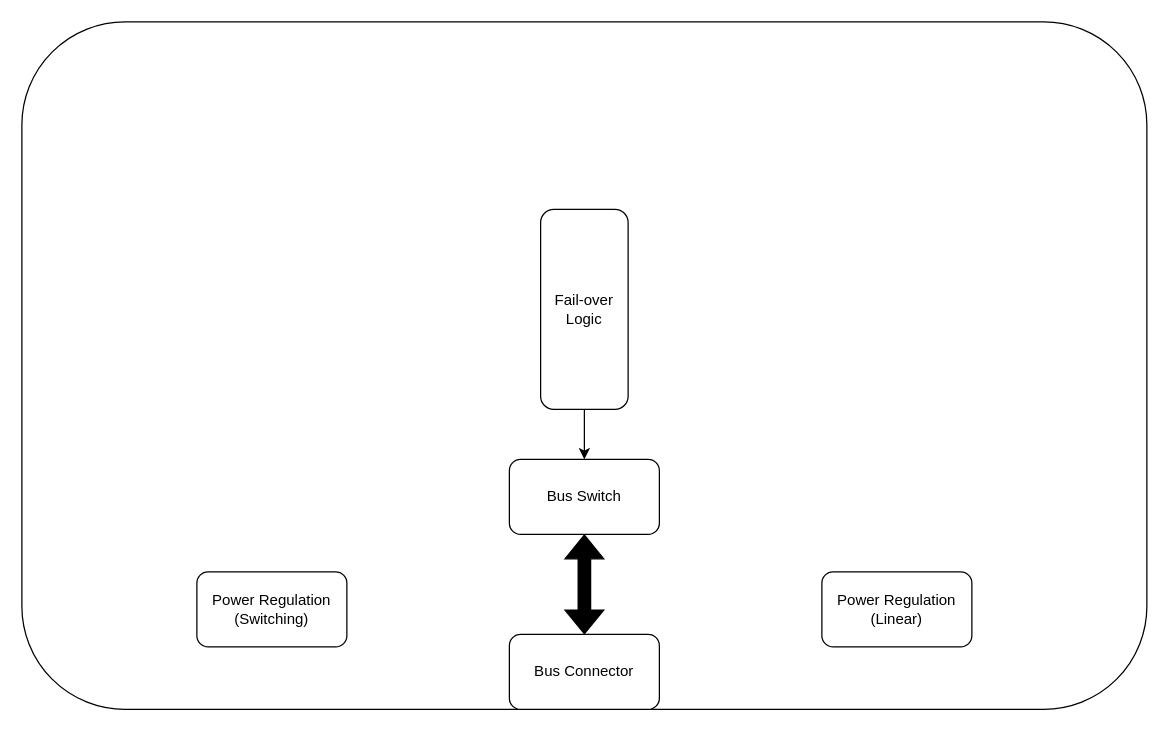
Above: rt-ihu-block-diagram.drawio in zmetzing/rt-ihu (draw.io), before the change. Source tidied: cells renumbered, new cells numbered last; positions are measured from the earlier drawing's top-left corner, leaving out a move shared by most shapes. Both pictures are drawn from the tidied source at 125%, with x=0, y=0 at pixel (21, 21).
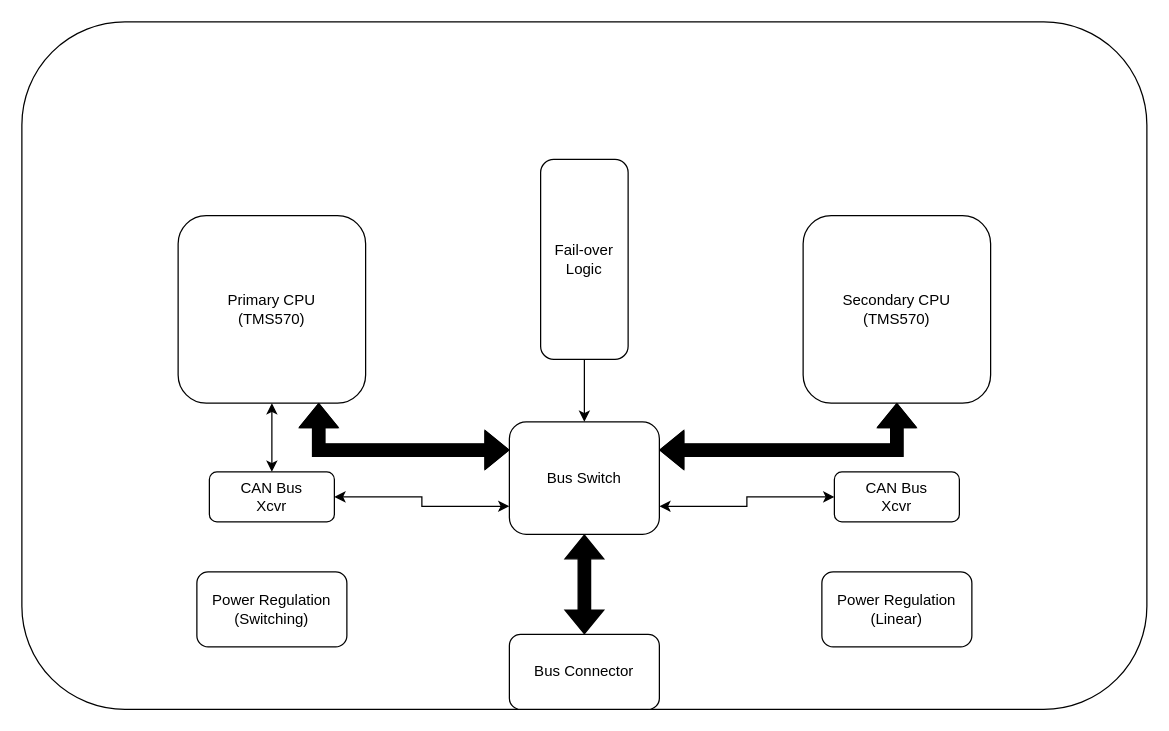
Above is the later version.

The edit, as a diff of the source:
```diff
@@
     <mxCell id="7" value="Fail-over Logic" style="rounded=1;whiteSpace=wrap;html=1;" parent="1" vertex="1">
-      <mxGeometry x="415" y="150" width="70" height="160" as="geometry" />
+      <mxGeometry x="415" y="110" width="70" height="160" as="geometry" />
     </mxCell>
+    <mxCell id="10" style="edgeStyle=orthogonalEdgeStyle;rounded=0;jettySize=auto;html=1;exitX=0.5;exitY=0;exitDx=0;exitDy=0;" parent="1" edge="1" source="8">
+      <mxGeometry relative="1" as="geometry">
+        <mxPoint x="450" y="340" as="targetPoint" />
+      </mxGeometry>
+    </mxCell>
     <mxCell id="8" value="Bus Switch" style="rounded=1;whiteSpace=wrap;html=1;" parent="1" vertex="1">
-      <mxGeometry x="390" y="350" width="120" height="60" as="geometry" />
+      <mxGeometry x="390" y="320" width="120" height="90" as="geometry" />
     </mxCell>
@@
+    <mxCell id="11" value="&lt;div&gt;Primary CPU&lt;/div&gt;&lt;div&gt;(TMS570)&lt;br&gt;&lt;/div&gt;" style="rounded=1;whiteSpace=wrap;html=1;" parent="1" vertex="1">
+      <mxGeometry x="125" y="155" width="150" height="150" as="geometry" />
+    </mxCell>
+    <mxCell id="12" value="&lt;div&gt;Secondary CPU&lt;/div&gt;&lt;div&gt;(TMS570)&lt;br&gt;&lt;/div&gt;" style="rounded=1;whiteSpace=wrap;html=1;" parent="1" vertex="1">
+      <mxGeometry x="625" y="155" width="150" height="150" as="geometry" />
+    </mxCell>
+    <mxCell id="13" style="shape=flexArrow;endArrow=classic;startArrow=classic;html=1;rounded=0;fillColor=#000000;exitX=0;exitY=0.25;exitDx=0;exitDy=0;edgeStyle=orthogonalEdgeStyle;entryX=0.75;entryY=1;entryDx=0;entryDy=0;" parent="1" edge="1" source="8" target="11">
+      <mxGeometry relative="1" as="geometry" />
+    </mxCell>
+    <mxCell id="14" value="&lt;div&gt;CAN Bus&lt;/div&gt;&lt;div&gt;Xcvr&lt;br&gt;&lt;/div&gt;" style="rounded=1;whiteSpace=wrap;html=1;" parent="1" vertex="1">
+      <mxGeometry x="150" y="360" width="100" height="40" as="geometry" />
+    </mxCell>
+    <mxCell id="15" style="endArrow=classic;startArrow=classic;html=1;rounded=0;entryX=0.5;entryY=1;entryDx=0;entryDy=0;exitX=0.5;exitY=0;exitDx=0;exitDy=0;" parent="1" edge="1" source="14" target="11">
+      <mxGeometry relative="1" as="geometry" />
+    </mxCell>
+    <mxCell id="16" style="endArrow=classic;startArrow=classic;html=1;rounded=0;exitX=1;exitY=0.5;exitDx=0;exitDy=0;entryX=0;entryY=0.75;entryDx=0;entryDy=0;edgeStyle=orthogonalEdgeStyle;" parent="1" edge="1" source="14" target="8">
+      <mxGeometry relative="1" as="geometry" />
+    </mxCell>
+    <mxCell id="17" value="&lt;div&gt;CAN Bus&lt;/div&gt;&lt;div&gt;Xcvr&lt;br&gt;&lt;/div&gt;" style="rounded=1;whiteSpace=wrap;html=1;" parent="1" vertex="1">
+      <mxGeometry x="650" y="360" width="100" height="40" as="geometry" />
+    </mxCell>
+    <mxCell id="18" style="endArrow=classic;startArrow=classic;html=1;rounded=0;exitX=1;exitY=0.75;exitDx=0;exitDy=0;entryX=0;entryY=0.5;entryDx=0;entryDy=0;edgeStyle=orthogonalEdgeStyle;" parent="1" edge="1" source="8" target="17">
+      <mxGeometry relative="1" as="geometry" />
+    </mxCell>
+    <mxCell id="19" style="shape=flexArrow;endArrow=classic;startArrow=classic;html=1;rounded=0;fillColor=#000000;exitX=1;exitY=0.25;exitDx=0;exitDy=0;edgeStyle=orthogonalEdgeStyle;entryX=0.5;entryY=1;entryDx=0;entryDy=0;" parent="1" edge="1" source="8" target="12">
+      <mxGeometry relative="1" as="geometry" />
+    </mxCell>
```
